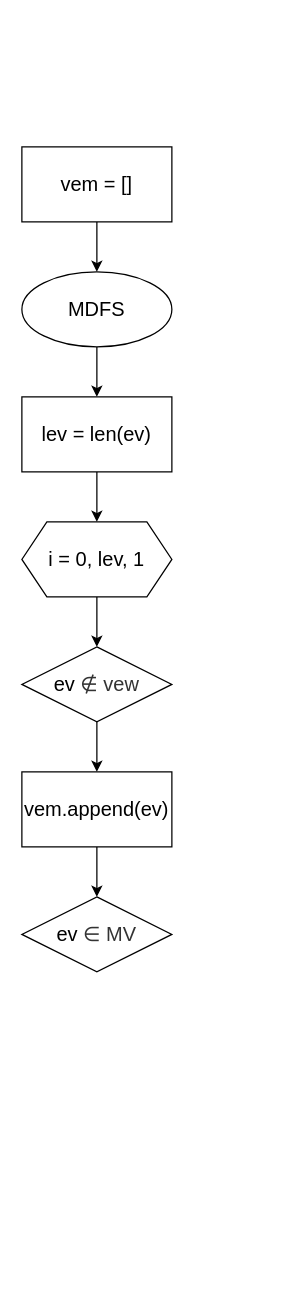
The draw.io diagram MetaGtoG.drawio in DMfananddu/MAG_Diploma, before the edit. Source tidied: cells renumbered, new cells numbered last; positions are measured from the earlier drawing's top-left corner, leaving out a move shared by most shapes. Both pictures are drawn from the tidied source at 125%, with x=0, y=0 at pixel (21, 146).
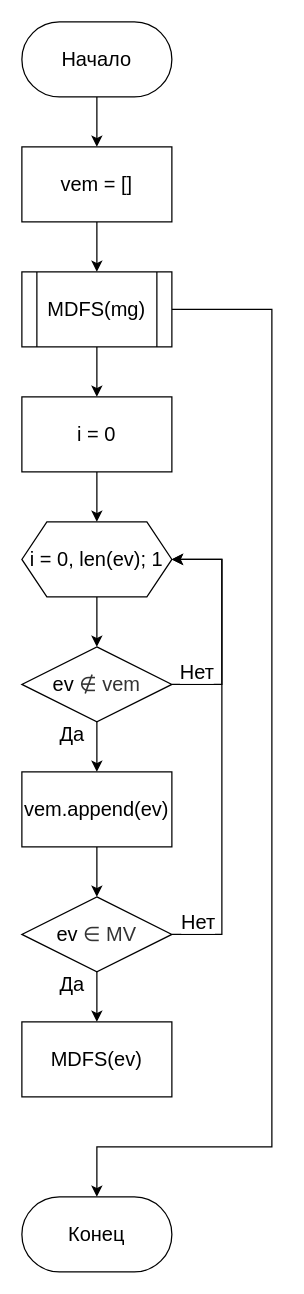
The same diagram, later.

Unchanged cells that the change refers to:
```xml
<mxCell id="8" value="vem = []" style="rounded=0;whiteSpace=wrap;html=1;fontSize=16;" parent="1" vertex="1">
  <mxGeometry width="120" height="60" as="geometry" />
</mxCell>
<mxCell id="13" value="vem.append(ev)" style="rounded=0;whiteSpace=wrap;html=1;fontFamily=Helvetica;fontSize=16;" parent="1" vertex="1">
  <mxGeometry y="500" width="120" height="60" as="geometry" />
</mxCell>
<mxCell id="14" value="&lt;font style=&quot;font-size: 16px;&quot;&gt;ev&amp;nbsp;&lt;span style=&quot;color: rgb(51, 51, 51); text-align: start; background-color: rgb(255, 255, 255);&quot;&gt;∈ MV&lt;/span&gt;&lt;/font&gt;" style="rhombus;whiteSpace=wrap;html=1;fontSize=16;" parent="1" vertex="1">
  <mxGeometry y="600" width="120" height="60" as="geometry" />
</mxCell>
```

Diff of the diagram source:
```diff
@@
-    <mxCell id="2" style="edgeStyle=orthogonalEdgeStyle;rounded=0;jettySize=auto;html=1;exitX=0.5;exitY=1;exitDx=0;exitDy=0;entryX=0.5;entryY=0;entryDx=0;entryDy=0;fontSize=16;" parent="1" edge="1" source="9" target="6">
-      <mxGeometry relative="1" as="geometry" />
-    </mxCell>
-    <mxCell id="3" style="edgeStyle=orthogonalEdgeStyle;rounded=0;jettySize=auto;html=1;exitX=0.5;exitY=1;exitDx=0;exitDy=0;entryX=0.5;entryY=0;entryDx=0;entryDy=0;fontSize=16;" parent="1" edge="1" source="4" target="9">
-      <mxGeometry relative="1" as="geometry" />
-    </mxCell>
-    <mxCell id="4" value="MDFS" style="ellipse;whiteSpace=wrap;html=1;fontSize=16;" parent="1" vertex="1">
-      <mxGeometry y="100" width="120" height="60" as="geometry" />
-    </mxCell>
-    <mxCell id="5" style="edgeStyle=orthogonalEdgeStyle;rounded=0;jettySize=auto;html=1;exitX=0.5;exitY=1;exitDx=0;exitDy=0;fontSize=16;entryX=0.5;entryY=0;entryDx=0;entryDy=0;" parent="1" edge="1" source="6" target="11">
-      <mxGeometry relative="1" as="geometry" />
-    </mxCell>
-    <mxCell id="6" value="i = 0, lev, 1" style="shape=hexagon;perimeter=hexagonPerimeter2;whiteSpace=wrap;html=1;fixedSize=1;fontSize=16;" parent="1" vertex="1">
-      <mxGeometry y="300" width="120" height="60" as="geometry" />
-    </mxCell>
+    <mxCell id="15" style="edgeStyle=orthogonalEdgeStyle;rounded=0;jettySize=auto;html=1;exitX=0.5;exitY=1;exitDx=0;exitDy=0;entryX=0.5;entryY=0;entryDx=0;entryDy=0;fontFamily=Helvetica;fontSize=16;" parent="1" edge="1" source="26" target="11">
+      <mxGeometry relative="1" as="geometry" />
+    </mxCell>
-    <mxCell id="7" style="edgeStyle=orthogonalEdgeStyle;rounded=0;jettySize=auto;html=1;exitX=0.5;exitY=1;exitDx=0;exitDy=0;entryX=0.5;entryY=0;entryDx=0;entryDy=0;fontSize=16;" parent="1" edge="1" source="8" target="4">
+    <mxCell id="7" style="edgeStyle=orthogonalEdgeStyle;rounded=0;jettySize=auto;html=1;exitX=0.5;exitY=1;exitDx=0;exitDy=0;fontSize=16;entryX=0.5;entryY=0;entryDx=0;entryDy=0;" parent="1" edge="1" source="8" target="22">
       <mxGeometry relative="1" as="geometry" />
     </mxCell>
@@
-    <mxCell id="9" value="lev = len(ev)" style="rounded=0;whiteSpace=wrap;html=1;fontSize=16;" parent="1" vertex="1">
-      <mxGeometry y="200" width="120" height="60" as="geometry" />
-    </mxCell>
-    <mxCell id="10" style="edgeStyle=orthogonalEdgeStyle;rounded=0;jettySize=auto;html=1;exitX=0.5;exitY=1;exitDx=0;exitDy=0;fontFamily=Helvetica;fontSize=16;entryX=0.5;entryY=0;entryDx=0;entryDy=0;" parent="1" edge="1" source="11" target="13">
-      <mxGeometry relative="1" as="geometry" />
+    <mxCell id="10" value="Да" style="edgeStyle=orthogonalEdgeStyle;rounded=0;jettySize=auto;html=1;exitX=0.5;exitY=1;exitDx=0;exitDy=0;fontFamily=Helvetica;fontSize=16;entryX=0.5;entryY=0;entryDx=0;entryDy=0;" parent="1" edge="1" source="11" target="13">
+      <mxGeometry x="-0.5" y="-20" relative="1" as="geometry" />
     </mxCell>
+    <mxCell id="16" value="Нет" style="edgeStyle=orthogonalEdgeStyle;rounded=0;jettySize=auto;html=1;exitX=1;exitY=0.5;exitDx=0;exitDy=0;entryX=1;entryY=0.5;entryDx=0;entryDy=0;fontFamily=Helvetica;fontSize=16;" parent="1" edge="1" source="11" target="26">
+      <mxGeometry x="-0.78" y="10" relative="1" as="geometry">
+        <Array as="points">
+          <mxPoint x="160" y="430" />
+          <mxPoint x="160" y="330" />
+        </Array>
+      </mxGeometry>
+    </mxCell>
-    <mxCell id="11" value="&lt;font style=&quot;font-size: 16px;&quot;&gt;ev&amp;nbsp;&lt;span style=&quot;color: rgb(51, 51, 51); text-align: start; background-color: rgb(255, 255, 255);&quot;&gt;∉&lt;/span&gt;&lt;span style=&quot;color: rgb(51, 51, 51); text-align: start; background-color: rgb(255, 255, 255);&quot;&gt;&amp;nbsp;vew&lt;/span&gt;&lt;/font&gt;" style="rhombus;whiteSpace=wrap;html=1;fontSize=16;" parent="1" vertex="1">
+    <mxCell id="11" value="&lt;font style=&quot;font-size: 16px;&quot;&gt;ev&amp;nbsp;&lt;span style=&quot;color: rgb(51, 51, 51); text-align: start; background-color: rgb(255, 255, 255);&quot;&gt;∉&lt;/span&gt;&lt;span style=&quot;color: rgb(51, 51, 51); text-align: start; background-color: rgb(255, 255, 255);&quot;&gt;&amp;nbsp;vem&lt;/span&gt;&lt;/font&gt;" style="rhombus;whiteSpace=wrap;html=1;fontSize=16;" parent="1" vertex="1">
       <mxGeometry y="400" width="120" height="60" as="geometry" />
     </mxCell>
@@
+    <mxCell id="17" value="Нет" style="edgeStyle=orthogonalEdgeStyle;rounded=0;jettySize=auto;html=1;exitX=1;exitY=0.5;exitDx=0;exitDy=0;entryX=1;entryY=0.5;entryDx=0;entryDy=0;fontFamily=Helvetica;fontSize=16;" parent="1" edge="1" source="14" target="26">
+      <mxGeometry x="-0.89" y="10" relative="1" as="geometry">
+        <Array as="points">
+          <mxPoint x="160" y="630" />
+          <mxPoint x="160" y="330" />
+        </Array>
+      </mxGeometry>
+    </mxCell>
+    <mxCell id="18" value="Да" style="edgeStyle=orthogonalEdgeStyle;rounded=0;jettySize=auto;html=1;exitX=0.5;exitY=1;exitDx=0;exitDy=0;entryX=0.5;entryY=0;entryDx=0;entryDy=0;fontFamily=Helvetica;fontSize=16;" parent="1" edge="1" source="14" target="28">
+      <mxGeometry x="-0.5" y="-20" relative="1" as="geometry" />
+    </mxCell>
@@
+    <mxCell id="19" style="edgeStyle=orthogonalEdgeStyle;rounded=0;jettySize=auto;html=1;exitX=0.5;exitY=1;exitDx=0;exitDy=0;entryX=0.5;entryY=0;entryDx=0;entryDy=0;fontFamily=Helvetica;fontSize=16;" parent="1" edge="1" source="25" target="26">
+      <mxGeometry relative="1" as="geometry" />
+    </mxCell>
+    <mxCell id="20" style="edgeStyle=orthogonalEdgeStyle;rounded=0;jettySize=auto;html=1;exitX=0.5;exitY=1;exitDx=0;exitDy=0;entryX=0.5;entryY=0;entryDx=0;entryDy=0;fontFamily=Helvetica;fontSize=16;" parent="1" edge="1" source="22" target="25">
+      <mxGeometry relative="1" as="geometry" />
+    </mxCell>
+    <mxCell id="21" style="edgeStyle=orthogonalEdgeStyle;rounded=0;jettySize=auto;html=1;exitX=1;exitY=0.5;exitDx=0;exitDy=0;fontFamily=Helvetica;fontSize=16;entryX=0.5;entryY=0;entryDx=0;entryDy=0;" parent="1" edge="1" source="22" target="27">
+      <mxGeometry relative="1" as="geometry">
+        <Array as="points">
+          <mxPoint x="200" y="130" />
+          <mxPoint x="200" y="800" />
+          <mxPoint x="60" y="800" />
+        </Array>
+      </mxGeometry>
+    </mxCell>
+    <mxCell id="22" value="MDFS(mg)" style="shape=process;whiteSpace=wrap;html=1;backgroundOutline=1;fontFamily=Helvetica;fontSize=16;" parent="1" vertex="1">
+      <mxGeometry y="100" width="120" height="60" as="geometry" />
+    </mxCell>
+    <mxCell id="23" style="edgeStyle=orthogonalEdgeStyle;rounded=0;jettySize=auto;html=1;exitX=0.5;exitY=1;exitDx=0;exitDy=0;entryX=0.5;entryY=0;entryDx=0;entryDy=0;fontFamily=Helvetica;fontSize=16;" parent="1" edge="1" source="24" target="8">
+      <mxGeometry relative="1" as="geometry" />
+    </mxCell>
+    <mxCell id="24" value="Начало" style="rounded=1;whiteSpace=wrap;html=1;fontFamily=Helvetica;fontSize=16;arcSize=50;" parent="1" vertex="1">
+      <mxGeometry y="-100" width="120" height="60" as="geometry" />
+    </mxCell>
+    <mxCell id="25" value="i = 0" style="rounded=0;whiteSpace=wrap;html=1;fontFamily=Helvetica;fontSize=16;" parent="1" vertex="1">
+      <mxGeometry y="200" width="120" height="60" as="geometry" />
+    </mxCell>
+    <mxCell id="26" value="i = 0, len(ev); 1" style="shape=hexagon;perimeter=hexagonPerimeter2;whiteSpace=wrap;html=1;fixedSize=1;fontFamily=Helvetica;fontSize=16;" parent="1" vertex="1">
+      <mxGeometry y="300" width="120" height="60" as="geometry" />
+    </mxCell>
+    <mxCell id="27" value="Конец" style="rounded=1;whiteSpace=wrap;html=1;fontFamily=Helvetica;fontSize=16;arcSize=50;" parent="1" vertex="1">
+      <mxGeometry y="840" width="120" height="60" as="geometry" />
+    </mxCell>
+    <mxCell id="28" value="MDFS(ev)" style="rounded=0;whiteSpace=wrap;html=1;fontFamily=Helvetica;fontSize=16;" parent="1" vertex="1">
+      <mxGeometry y="700" width="120" height="60" as="geometry" />
+    </mxCell>
```
